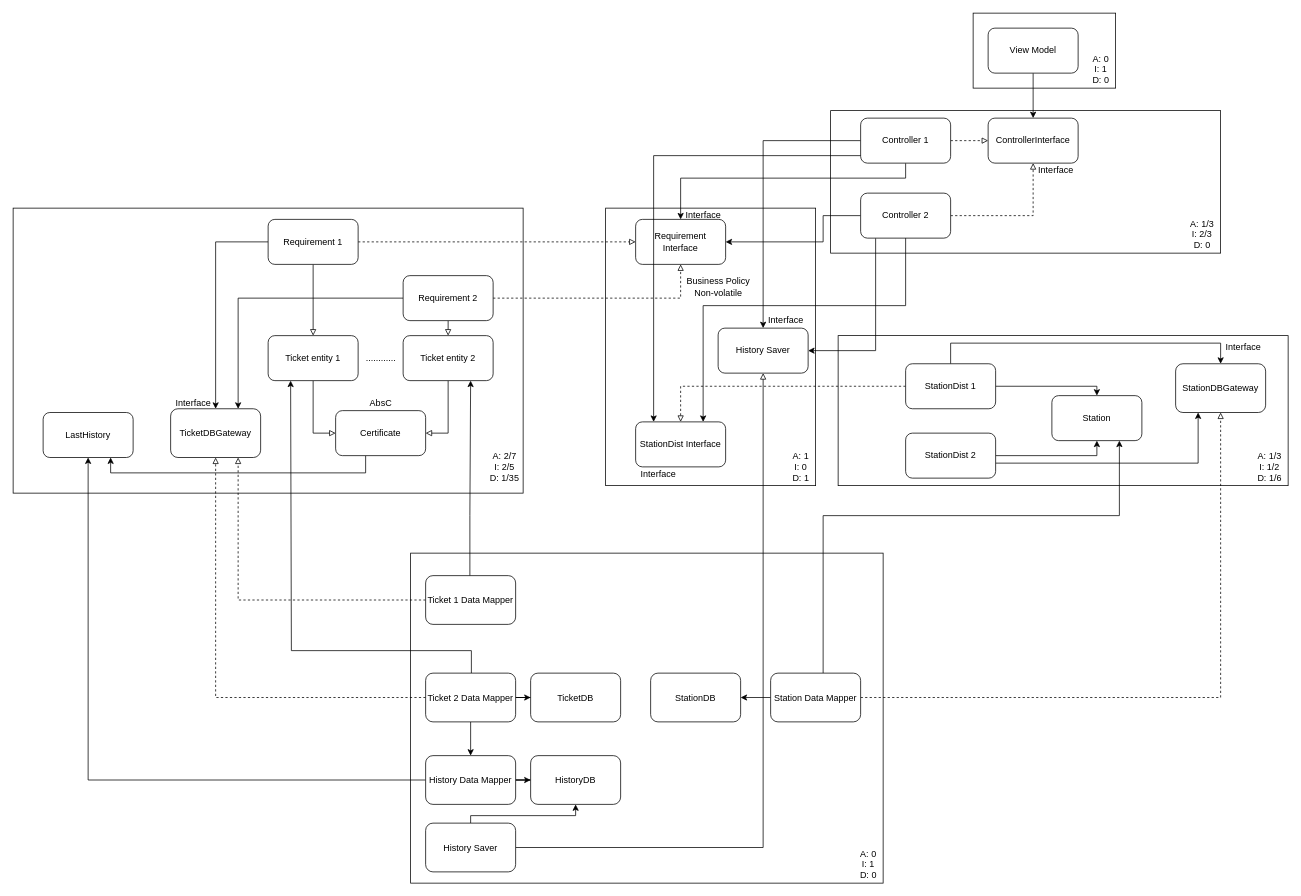
piapip/clean-architecture keeps this draw.io diagram as AFC.drawio. Above is the earlier version. Source tidied: cells renumbered, new cells numbered last; positions are measured from the earlier drawing's top-left corner, leaving out a move shared by most shapes. Both pictures are drawn from the tidied source at 75%, with x=0, y=0 at pixel (13, 13).
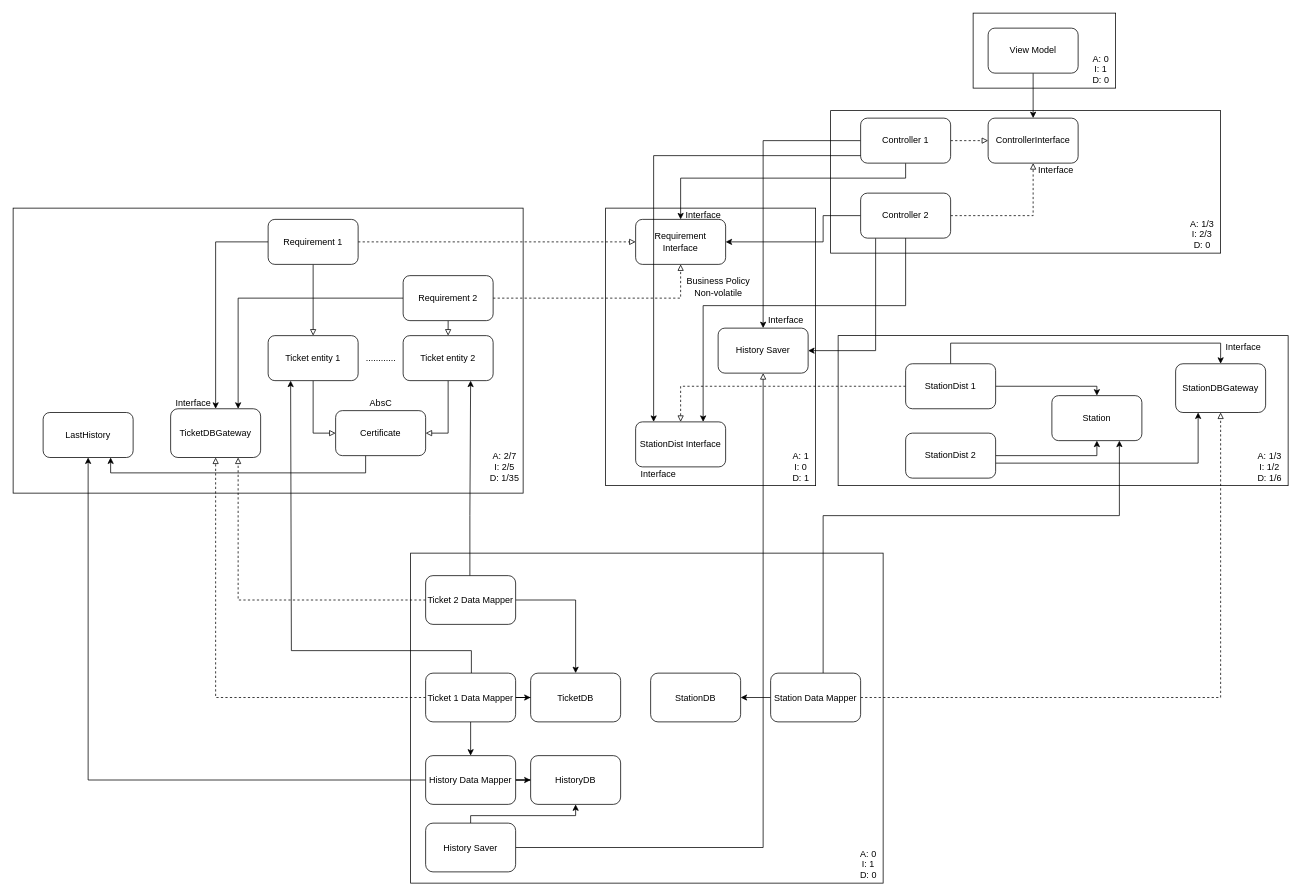
The same page after the edit.

The change refers to these unchanged cells:
```xml
<mxCell id="68" value="TicketDB" style="rounded=1;whiteSpace=wrap;html=1;" parent="1" vertex="1">
  <mxGeometry x="690" y="880" width="120" height="65" as="geometry" />
</mxCell>
```

Change to the diagram source:
```diff
@@
-    <mxCell id="48" value="Ticket 2 Data Mapper" style="rounded=1;whiteSpace=wrap;html=1;" parent="1" vertex="1">
+    <mxCell id="48" value="Ticket 1 Data Mapper" style="rounded=1;whiteSpace=wrap;html=1;" parent="1" vertex="1">
       <mxGeometry x="550" y="880" width="120" height="65" as="geometry" />
     </mxCell>
@@
+    <mxCell id="86" style="edgeStyle=orthogonalEdgeStyle;rounded=0;jettySize=auto;html=1;entryX=0.5;entryY=0;entryDx=0;entryDy=0;" parent="1" edge="1" source="85" target="68">
+      <mxGeometry relative="1" as="geometry" />
+    </mxCell>
-    <mxCell id="85" value="Ticket 1 Data Mapper" style="rounded=1;whiteSpace=wrap;html=1;" parent="1" vertex="1">
+    <mxCell id="85" value="Ticket 2 Data Mapper" style="rounded=1;whiteSpace=wrap;html=1;" parent="1" vertex="1">
       <mxGeometry x="550" y="750" width="120" height="65" as="geometry" />
     </mxCell>
```
